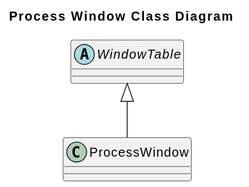
Above: doc/SystemMonitor/Windows/ProcessWindow/output/ProcessWindowClassDiagram.svg in dgitz/eros (PlantUML), before the change. Source of this version:
```plantuml
@startuml
title "Process Window Class Diagram"
abstract WindowTable {

}
class ProcessWindow {

}
WindowTable <|-- ProcessWindow
@enduml
```
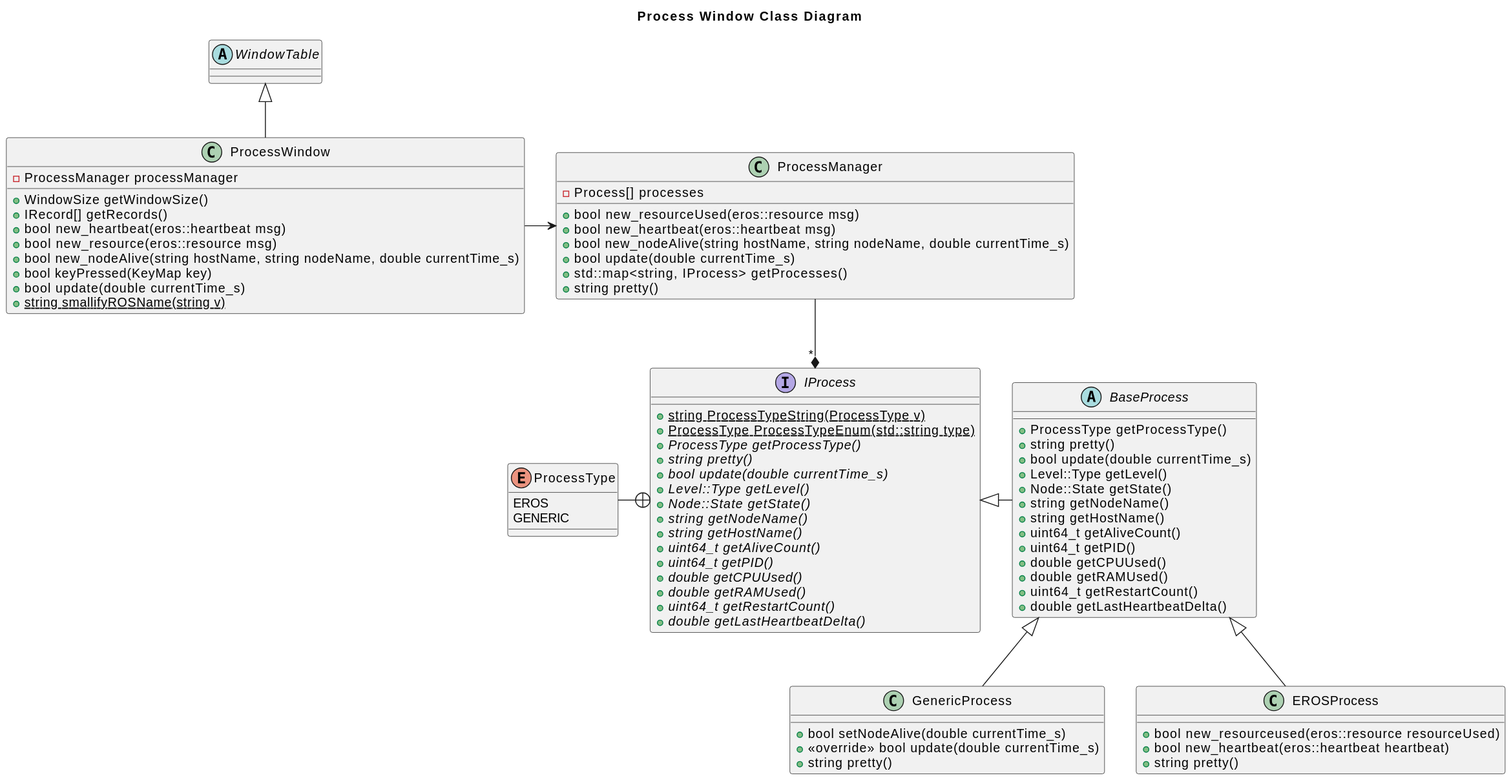
After the change.

The edit, as a diff of the source:
```diff
@@ -4,7 +4,82 @@
 
 }
 class ProcessWindow {
+    +WindowSize getWindowSize()
+    +IRecord[] getRecords()
+    +bool new_heartbeat(eros::heartbeat msg)
+    +bool new_resource(eros::resource msg)
+    +bool new_nodeAlive(string hostName, string nodeName, double currentTime_s)
+    +bool keyPressed(KeyMap key)
+    +bool update(double currentTime_s)
+    +{static} string smallifyROSName(string v)
+    -ProcessManager processManager
+}
+WindowTable <|-- ProcessWindow
+class ProcessManager {
+    +bool new_resourceUsed(eros::resource msg)
+    +bool new_heartbeat(eros::heartbeat msg)
+    +bool new_nodeAlive(string hostName, string nodeName, double currentTime_s)
+    +bool update(double currentTime_s)
+    +std::map<string, IProcess> getProcesses()
+    +string pretty()
+
+    -Process[] processes
+}
+ProcessWindow -> ProcessManager
+enum ProcessType {
+    EROS
+    GENERIC
+}
+ProcessType -+ IProcess
+interface IProcess {
+
+    +{static} string ProcessTypeString(ProcessType v)
+    +{static} ProcessType ProcessTypeEnum(std::string type)
+    +{abstract} ProcessType getProcessType()
+    +{abstract} string pretty()
+    +{abstract} bool update(double currentTime_s)
+    +{abstract} Level::Type getLevel()
+    +{abstract} Node::State getState()
+    +{abstract} string getNodeName()
+    +{abstract} string getHostName()
+    +{abstract} uint64_t getAliveCount()
+    +{abstract} uint64_t getPID()
+    +{abstract} double getCPUUsed()
+    +{abstract} double getRAMUsed()
+    +{abstract} uint64_t getRestartCount()
+    +{abstract} double getLastHeartbeatDelta()
 
 }
-WindowTable <|-- ProcessWindow
+ProcessManager --* "*" IProcess
+abstract BaseProcess {
+    +ProcessType getProcessType()
+    +string pretty()
+    +bool update(double currentTime_s)
+    +Level::Type getLevel()
+    +Node::State getState()
+    +string getNodeName()
+    +string getHostName()
+    +uint64_t getAliveCount()
+    +uint64_t getPID()
+    +double getCPUUsed()
+    +double getRAMUsed()
+    +uint64_t getRestartCount()
+    +double getLastHeartbeatDelta()
+}
+IProcess <|- BaseProcess
+class GenericProcess {
+    +bool setNodeAlive(double currentTime_s)
+    +<<override>> bool update(double currentTime_s)
+    +string pretty()
+
+}
+class EROSProcess {
+    +bool new_resourceused(eros::resource resourceUsed)
+    +bool new_heartbeat(eros::heartbeat heartbeat)
+    +string pretty()
+
+}
+BaseProcess <|-- GenericProcess
+BaseProcess <|-- EROSProcess
+
 @enduml
```
